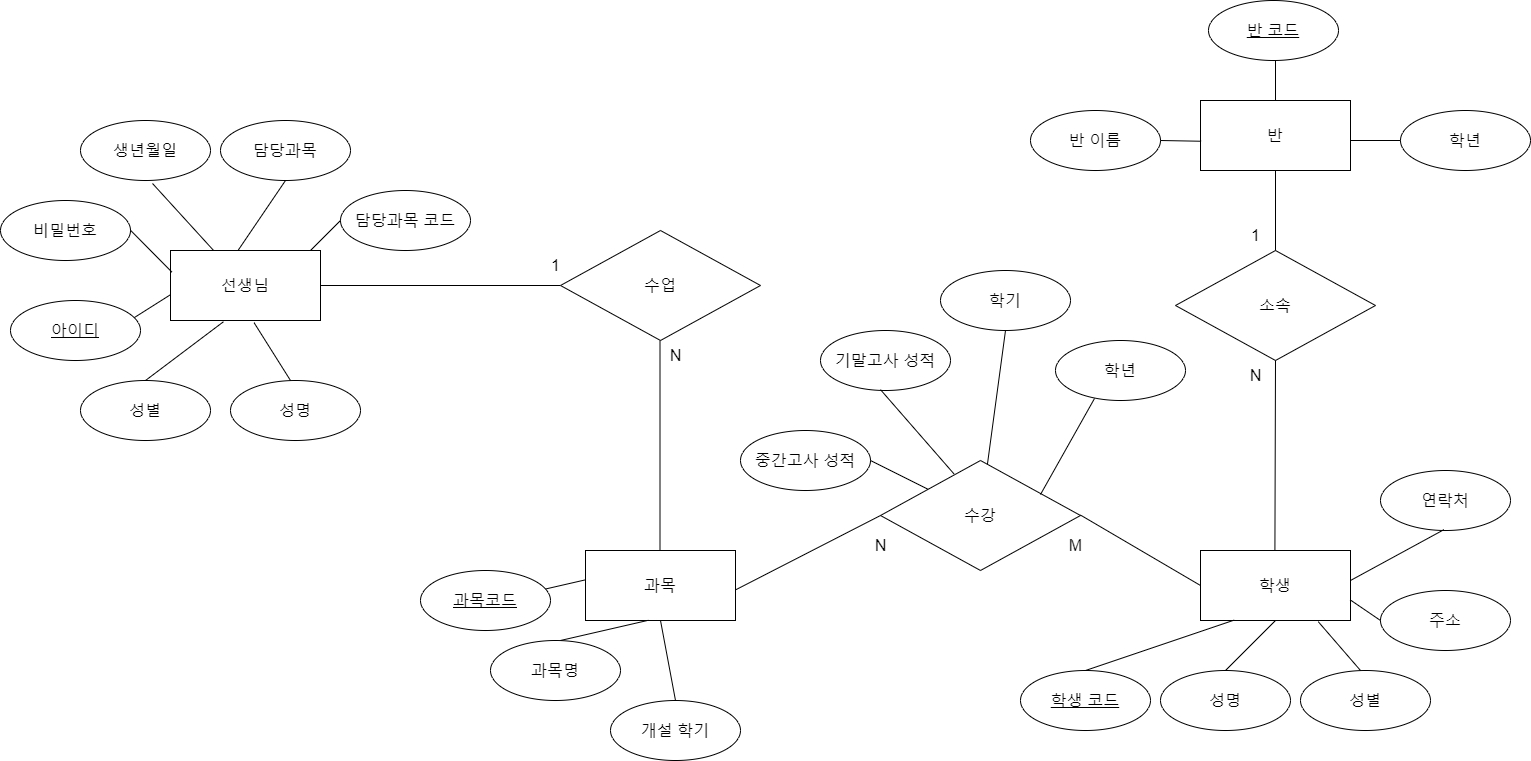
Earlier version of the draw.io export Document/ER Diagram/ER Diagram.png (rlarkdals1202/Database-Term-Project). Source tidied: cells renumbered, new cells last; positions are measured from the earlier drawing's top-left corner, leaving out a move shared by most shapes. The source it was exported from:
```xml
<mxGraphModel>
  <root>
    <mxCell id="0" />
    <mxCell id="1" parent="0" />
    <mxCell id="2" value="&lt;font style=&quot;font-size: 16px;&quot;&gt;개설 학기&lt;/font&gt;" style="ellipse;whiteSpace=wrap;html=1;align=center;" parent="1" vertex="1">
      <mxGeometry x="610" y="700" width="130" height="60" as="geometry" />
    </mxCell>
    <mxCell id="3" value="&lt;font style=&quot;font-size: 16px;&quot;&gt;비밀번호&lt;/font&gt;" style="ellipse;whiteSpace=wrap;html=1;align=center;" parent="1" vertex="1">
      <mxGeometry y="200" width="130" height="60" as="geometry" />
    </mxCell>
    <mxCell id="4" value="&lt;font style=&quot;font-size: 16px;&quot;&gt;생년월일&lt;/font&gt;" style="ellipse;whiteSpace=wrap;html=1;align=center;" parent="1" vertex="1">
      <mxGeometry x="80" y="120" width="130" height="60" as="geometry" />
    </mxCell>
    <mxCell id="5" value="&lt;font style=&quot;font-size: 16px;&quot;&gt;과목명&lt;/font&gt;" style="ellipse;whiteSpace=wrap;html=1;align=center;" parent="1" vertex="1">
      <mxGeometry x="490" y="640" width="130" height="60" as="geometry" />
    </mxCell>
    <mxCell id="6" value="&lt;font style=&quot;font-size: 16px;&quot;&gt;성명&lt;/font&gt;" style="ellipse;whiteSpace=wrap;html=1;align=center;" parent="1" vertex="1">
      <mxGeometry x="230" y="380" width="130" height="60" as="geometry" />
    </mxCell>
    <mxCell id="7" value="&lt;font style=&quot;font-size: 16px;&quot;&gt;담당과목&lt;/font&gt;" style="ellipse;whiteSpace=wrap;html=1;align=center;" parent="1" vertex="1">
      <mxGeometry x="220" y="120" width="130" height="60" as="geometry" />
    </mxCell>
    <mxCell id="8" value="&lt;font style=&quot;font-size: 16px;&quot;&gt;성별&lt;/font&gt;" style="ellipse;whiteSpace=wrap;html=1;align=center;" parent="1" vertex="1">
      <mxGeometry x="80" y="380" width="130" height="60" as="geometry" />
    </mxCell>
    <mxCell id="9" value="&lt;font style=&quot;font-size: 16px;&quot;&gt;선생님&lt;/font&gt;" style="whiteSpace=wrap;html=1;align=center;" parent="1" vertex="1">
      <mxGeometry x="170" y="250" width="150" height="70" as="geometry" />
    </mxCell>
    <mxCell id="10" value="&lt;font style=&quot;font-size: 16px;&quot;&gt;학생&lt;/font&gt;" style="whiteSpace=wrap;html=1;align=center;" parent="1" vertex="1">
      <mxGeometry x="1200" y="550" width="150" height="70" as="geometry" />
    </mxCell>
    <mxCell id="11" value="&lt;font style=&quot;font-size: 16px;&quot;&gt;반&lt;/font&gt;" style="whiteSpace=wrap;html=1;align=center;" parent="1" vertex="1">
      <mxGeometry x="1200" y="100" width="150" height="70" as="geometry" />
    </mxCell>
    <mxCell id="12" value="&lt;font style=&quot;font-size: 16px;&quot;&gt;과목&lt;/font&gt;" style="whiteSpace=wrap;html=1;align=center;" parent="1" vertex="1">
      <mxGeometry x="585" y="550" width="150" height="70" as="geometry" />
    </mxCell>
    <mxCell id="13" value="&lt;font style=&quot;font-size: 16px;&quot;&gt;담당과목 코드&lt;/font&gt;" style="ellipse;whiteSpace=wrap;html=1;align=center;" parent="1" vertex="1">
      <mxGeometry x="340" y="190" width="130" height="60" as="geometry" />
    </mxCell>
    <mxCell id="14" style="endArrow=none;html=1;rounded=0;fontSize=16;entryX=0.5;entryY=1;entryDx=0;entryDy=0;" parent="1" edge="1" target="7">
      <mxGeometry relative="1" as="geometry">
        <mxPoint x="237.5" y="250" as="sourcePoint" />
      </mxGeometry>
    </mxCell>
    <mxCell id="15" style="endArrow=none;html=1;rounded=0;fontSize=16;entryX=0.554;entryY=1.05;entryDx=0;entryDy=0;entryPerimeter=0;" parent="1" edge="1" source="9" target="4">
      <mxGeometry relative="1" as="geometry" />
    </mxCell>
    <mxCell id="16" style="endArrow=none;html=1;rounded=0;fontSize=16;entryX=0.01;entryY=0.31;entryDx=0;entryDy=0;entryPerimeter=0;" parent="1" edge="1" target="9">
      <mxGeometry relative="1" as="geometry">
        <mxPoint x="130" y="229.8" as="sourcePoint" />
      </mxGeometry>
    </mxCell>
    <mxCell id="17" style="endArrow=none;html=1;rounded=0;fontSize=16;entryX=0.001;entryY=0.63;entryDx=0;entryDy=0;entryPerimeter=0;" parent="1" edge="1" target="9">
      <mxGeometry relative="1" as="geometry">
        <mxPoint x="130" y="319.5" as="sourcePoint" />
      </mxGeometry>
    </mxCell>
    <mxCell id="18" style="endArrow=none;html=1;rounded=0;fontSize=16;entryX=0.353;entryY=1.018;entryDx=0;entryDy=0;entryPerimeter=0;exitX=0.5;exitY=0;exitDx=0;exitDy=0;" parent="1" edge="1" source="8" target="9">
      <mxGeometry relative="1" as="geometry" />
    </mxCell>
    <mxCell id="19" style="endArrow=none;html=1;rounded=0;fontSize=16;entryX=0.557;entryY=1.031;entryDx=0;entryDy=0;entryPerimeter=0;exitX=0.5;exitY=0;exitDx=0;exitDy=0;" parent="1" edge="1" target="9">
      <mxGeometry relative="1" as="geometry">
        <mxPoint x="290" y="380" as="sourcePoint" />
      </mxGeometry>
    </mxCell>
    <mxCell id="20" style="endArrow=none;html=1;rounded=0;fontSize=16;entryX=0;entryY=0.5;entryDx=0;entryDy=0;" parent="1" edge="1" target="13">
      <mxGeometry relative="1" as="geometry">
        <mxPoint x="310" y="250" as="sourcePoint" />
      </mxGeometry>
    </mxCell>
    <mxCell id="21" style="endArrow=none;html=1;rounded=0;fontSize=16;exitX=1;exitY=0.5;exitDx=0;exitDy=0;" parent="1" edge="1" source="9">
      <mxGeometry relative="1" as="geometry">
        <mxPoint x="560" y="285" as="targetPoint" />
      </mxGeometry>
    </mxCell>
    <mxCell id="22" value="수업" style="shape=rhombus;perimeter=rhombusPerimeter;whiteSpace=wrap;html=1;align=center;fontSize=16;" parent="1" vertex="1">
      <mxGeometry x="560" y="230" width="200" height="110" as="geometry" />
    </mxCell>
    <mxCell id="23" value="수강" style="shape=rhombus;perimeter=rhombusPerimeter;whiteSpace=wrap;html=1;align=center;fontSize=16;" parent="1" vertex="1">
      <mxGeometry x="880" y="460" width="200" height="110" as="geometry" />
    </mxCell>
    <mxCell id="24" value="소속" style="shape=rhombus;perimeter=rhombusPerimeter;whiteSpace=wrap;html=1;align=center;fontSize=16;" parent="1" vertex="1">
      <mxGeometry x="1175" y="250" width="200" height="110" as="geometry" />
    </mxCell>
    <mxCell id="25" style="endArrow=none;html=1;rounded=0;fontSize=16;exitX=1;exitY=0.5;exitDx=0;exitDy=0;entryX=0;entryY=0.5;entryDx=0;entryDy=0;" parent="1" edge="1" target="10">
      <mxGeometry relative="1" as="geometry">
        <mxPoint x="1080" y="514.6" as="sourcePoint" />
      </mxGeometry>
    </mxCell>
    <mxCell id="26" style="endArrow=none;html=1;rounded=0;fontSize=16;exitX=1;exitY=0.5;exitDx=0;exitDy=0;" parent="1" edge="1">
      <mxGeometry relative="1" as="geometry">
        <mxPoint x="659.5" y="340" as="sourcePoint" />
        <mxPoint x="659.5" y="550" as="targetPoint" />
      </mxGeometry>
    </mxCell>
    <mxCell id="27" value="아이디" style="ellipse;whiteSpace=wrap;html=1;align=center;fontStyle=4;fontSize=16;" parent="1" vertex="1">
      <mxGeometry x="10" y="300" width="130" height="60" as="geometry" />
    </mxCell>
    <mxCell id="28" style="endArrow=none;html=1;rounded=0;fontSize=16;entryX=-0.004;entryY=0.421;entryDx=0;entryDy=0;entryPerimeter=0;" parent="1" edge="1" target="12">
      <mxGeometry relative="1" as="geometry">
        <mxPoint x="540" y="589.7" as="sourcePoint" />
      </mxGeometry>
    </mxCell>
    <mxCell id="29" style="endArrow=none;html=1;rounded=0;fontSize=16;exitX=0.538;exitY=0;exitDx=0;exitDy=0;exitPerimeter=0;entryX=0.419;entryY=0.997;entryDx=0;entryDy=0;entryPerimeter=0;" parent="1" edge="1" source="5" target="12">
      <mxGeometry relative="1" as="geometry" />
    </mxCell>
    <mxCell id="30" style="endArrow=none;html=1;rounded=0;fontSize=16;entryX=0.5;entryY=0;entryDx=0;entryDy=0;" parent="1" edge="1" target="2">
      <mxGeometry relative="1" as="geometry">
        <mxPoint x="660" y="620" as="sourcePoint" />
      </mxGeometry>
    </mxCell>
    <mxCell id="31" style="endArrow=none;html=1;rounded=0;fontSize=16;entryX=0;entryY=0.5;entryDx=0;entryDy=0;" parent="1" edge="1" target="23">
      <mxGeometry relative="1" as="geometry">
        <mxPoint x="735" y="589.4" as="sourcePoint" />
      </mxGeometry>
    </mxCell>
    <mxCell id="32" value="&lt;font style=&quot;font-size: 16px;&quot;&gt;학년&lt;/font&gt;" style="ellipse;whiteSpace=wrap;html=1;align=center;" parent="1" vertex="1">
      <mxGeometry x="1055" y="340" width="130" height="60" as="geometry" />
    </mxCell>
    <mxCell id="33" value="&lt;font style=&quot;font-size: 16px;&quot;&gt;학기&lt;/font&gt;" style="ellipse;whiteSpace=wrap;html=1;align=center;" parent="1" vertex="1">
      <mxGeometry x="940" y="270" width="130" height="60" as="geometry" />
    </mxCell>
    <mxCell id="34" value="&lt;font style=&quot;font-size: 16px;&quot;&gt;기말고사 성적&lt;/font&gt;" style="ellipse;whiteSpace=wrap;html=1;align=center;" parent="1" vertex="1">
      <mxGeometry x="820" y="330" width="130" height="60" as="geometry" />
    </mxCell>
    <mxCell id="35" value="&lt;font style=&quot;font-size: 16px;&quot;&gt;중간고사 성적&lt;/font&gt;" style="ellipse;whiteSpace=wrap;html=1;align=center;" parent="1" vertex="1">
      <mxGeometry x="740" y="430" width="130" height="60" as="geometry" />
    </mxCell>
    <mxCell id="36" style="endArrow=none;html=1;rounded=0;fontSize=16;" parent="1" edge="1" target="23">
      <mxGeometry relative="1" as="geometry">
        <mxPoint x="870" y="460" as="sourcePoint" />
      </mxGeometry>
    </mxCell>
    <mxCell id="37" style="endArrow=none;html=1;rounded=0;fontSize=16;entryX=0.367;entryY=0.121;entryDx=0;entryDy=0;entryPerimeter=0;" parent="1" edge="1" target="23">
      <mxGeometry relative="1" as="geometry">
        <mxPoint x="880" y="389.2" as="sourcePoint" />
      </mxGeometry>
    </mxCell>
    <mxCell id="38" style="endArrow=none;html=1;rounded=0;fontSize=16;exitX=0.5;exitY=1;exitDx=0;exitDy=0;" parent="1" edge="1" source="33" target="23">
      <mxGeometry relative="1" as="geometry" />
    </mxCell>
    <mxCell id="39" style="endArrow=none;html=1;rounded=0;fontSize=16;entryX=0.3;entryY=0.967;entryDx=0;entryDy=0;entryPerimeter=0;" parent="1" edge="1" target="32">
      <mxGeometry relative="1" as="geometry">
        <mxPoint x="1040" y="494" as="sourcePoint" />
      </mxGeometry>
    </mxCell>
    <mxCell id="40" value="과목코드" style="ellipse;whiteSpace=wrap;html=1;align=center;fontStyle=4;fontSize=16;" parent="1" vertex="1">
      <mxGeometry x="420" y="570" width="130" height="60" as="geometry" />
    </mxCell>
    <mxCell id="41" value="1" style="text;html=1;align=center;verticalAlign=middle;strokeColor=none;fillColor=none;fontSize=16;" parent="1" vertex="1">
      <mxGeometry x="540" y="250" width="30" height="30" as="geometry" />
    </mxCell>
    <mxCell id="42" value="N" style="text;html=1;align=center;verticalAlign=middle;strokeColor=none;fillColor=none;fontSize=16;" parent="1" vertex="1">
      <mxGeometry x="655" y="340" width="40" height="30" as="geometry" />
    </mxCell>
    <mxCell id="43" value="N" style="text;html=1;align=center;verticalAlign=middle;strokeColor=none;fillColor=none;fontSize=16;" parent="1" vertex="1">
      <mxGeometry x="860" y="530" width="40" height="30" as="geometry" />
    </mxCell>
    <mxCell id="44" value="M" style="text;html=1;align=center;verticalAlign=middle;strokeColor=none;fillColor=none;fontSize=16;" parent="1" vertex="1">
      <mxGeometry x="1055" y="530" width="40" height="30" as="geometry" />
    </mxCell>
    <mxCell id="45" value="&lt;font style=&quot;font-size: 16px;&quot;&gt;주소&lt;/font&gt;" style="ellipse;whiteSpace=wrap;html=1;align=center;" parent="1" vertex="1">
      <mxGeometry x="1380" y="590" width="130" height="60" as="geometry" />
    </mxCell>
    <mxCell id="46" value="&lt;font style=&quot;font-size: 16px;&quot;&gt;연락처&lt;/font&gt;" style="ellipse;whiteSpace=wrap;html=1;align=center;" parent="1" vertex="1">
      <mxGeometry x="1380" y="470" width="130" height="60" as="geometry" />
    </mxCell>
    <mxCell id="47" value="&lt;font style=&quot;font-size: 16px;&quot;&gt;성명&lt;/font&gt;" style="ellipse;whiteSpace=wrap;html=1;align=center;" parent="1" vertex="1">
      <mxGeometry x="1160" y="670" width="130" height="60" as="geometry" />
    </mxCell>
    <mxCell id="48" value="학생 코드" style="ellipse;whiteSpace=wrap;html=1;align=center;fontStyle=4;fontSize=16;" parent="1" vertex="1">
      <mxGeometry x="1020" y="670" width="130" height="60" as="geometry" />
    </mxCell>
    <mxCell id="49" style="endArrow=none;html=1;rounded=0;fontSize=16;exitX=0.5;exitY=1;exitDx=0;exitDy=0;" parent="1" edge="1" source="24">
      <mxGeometry relative="1" as="geometry">
        <mxPoint x="1274.4" y="550" as="targetPoint" />
      </mxGeometry>
    </mxCell>
    <mxCell id="50" style="endArrow=none;html=1;rounded=0;fontSize=16;entryX=0.225;entryY=0.994;entryDx=0;entryDy=0;entryPerimeter=0;exitX=0.5;exitY=0;exitDx=0;exitDy=0;" parent="1" edge="1" source="48" target="10">
      <mxGeometry relative="1" as="geometry" />
    </mxCell>
    <mxCell id="51" style="endArrow=none;html=1;rounded=0;fontSize=16;entryX=0.5;entryY=1;entryDx=0;entryDy=0;exitX=0.5;exitY=0;exitDx=0;exitDy=0;" parent="1" edge="1" source="47" target="10">
      <mxGeometry relative="1" as="geometry" />
    </mxCell>
    <mxCell id="52" style="endArrow=none;html=1;rounded=0;fontSize=16;entryX=0.998;entryY=0.705;entryDx=0;entryDy=0;entryPerimeter=0;exitX=0;exitY=0.5;exitDx=0;exitDy=0;" parent="1" edge="1" source="45" target="10">
      <mxGeometry relative="1" as="geometry" />
    </mxCell>
    <mxCell id="53" style="endArrow=none;html=1;rounded=0;fontSize=16;entryX=0.487;entryY=0.987;entryDx=0;entryDy=0;entryPerimeter=0;" parent="1" edge="1" target="46">
      <mxGeometry relative="1" as="geometry">
        <mxPoint x="1350" y="580" as="sourcePoint" />
      </mxGeometry>
    </mxCell>
    <mxCell id="54" style="endArrow=none;html=1;rounded=0;fontSize=16;exitX=0.5;exitY=0;exitDx=0;exitDy=0;" parent="1" edge="1" source="24">
      <mxGeometry relative="1" as="geometry">
        <mxPoint x="1275" y="170" as="targetPoint" />
      </mxGeometry>
    </mxCell>
    <mxCell id="55" value="&lt;font style=&quot;font-size: 16px;&quot;&gt;반 이름&lt;/font&gt;" style="ellipse;whiteSpace=wrap;html=1;align=center;" parent="1" vertex="1">
      <mxGeometry x="1030" y="110" width="130" height="60" as="geometry" />
    </mxCell>
    <mxCell id="56" value="&lt;font style=&quot;font-size: 16px;&quot;&gt;학년&lt;/font&gt;" style="ellipse;whiteSpace=wrap;html=1;align=center;" parent="1" vertex="1">
      <mxGeometry x="1400" y="110" width="130" height="60" as="geometry" />
    </mxCell>
    <mxCell id="57" value="반 코드" style="ellipse;whiteSpace=wrap;html=1;align=center;fontStyle=4;fontSize=16;" parent="1" vertex="1">
      <mxGeometry x="1208" width="130" height="60" as="geometry" />
    </mxCell>
    <mxCell id="58" style="endArrow=none;html=1;rounded=0;fontSize=16;exitX=0.5;exitY=0;exitDx=0;exitDy=0;entryX=0.5;entryY=1;entryDx=0;entryDy=0;" parent="1" edge="1" source="11">
      <mxGeometry relative="1" as="geometry">
        <mxPoint x="1275" y="60" as="targetPoint" />
      </mxGeometry>
    </mxCell>
    <mxCell id="59" style="endArrow=none;html=1;rounded=0;fontSize=16;exitX=1;exitY=0.5;exitDx=0;exitDy=0;entryX=0.004;entryY=0.582;entryDx=0;entryDy=0;entryPerimeter=0;" parent="1" edge="1" source="55" target="11">
      <mxGeometry relative="1" as="geometry" />
    </mxCell>
    <mxCell id="60" style="endArrow=none;html=1;rounded=0;fontSize=16;entryX=0;entryY=0.5;entryDx=0;entryDy=0;" parent="1" edge="1" target="56">
      <mxGeometry relative="1" as="geometry">
        <mxPoint x="1350" y="140" as="sourcePoint" />
      </mxGeometry>
    </mxCell>
    <mxCell id="61" value="1" style="text;html=1;align=center;verticalAlign=middle;strokeColor=none;fillColor=none;fontSize=16;" parent="1" vertex="1">
      <mxGeometry x="1240" y="220" width="30" height="30" as="geometry" />
    </mxCell>
    <mxCell id="62" value="N" style="text;html=1;align=center;verticalAlign=middle;strokeColor=none;fillColor=none;fontSize=16;" parent="1" vertex="1">
      <mxGeometry x="1235" y="360" width="40" height="30" as="geometry" />
    </mxCell>
    <mxCell id="63" value="&lt;span style=&quot;font-size: 16px;&quot;&gt;성별&lt;/span&gt;" style="ellipse;whiteSpace=wrap;html=1;align=center;" parent="1" vertex="1">
      <mxGeometry x="1300" y="670" width="130" height="60" as="geometry" />
    </mxCell>
    <mxCell id="64" style="endArrow=none;html=1;rounded=0;entryX=0.785;entryY=1.017;entryDx=0;entryDy=0;entryPerimeter=0;" parent="1" edge="1" target="10">
      <mxGeometry relative="1" as="geometry">
        <mxPoint x="1360" y="670" as="sourcePoint" />
      </mxGeometry>
    </mxCell>
  </root>
</mxGraphModel>
```
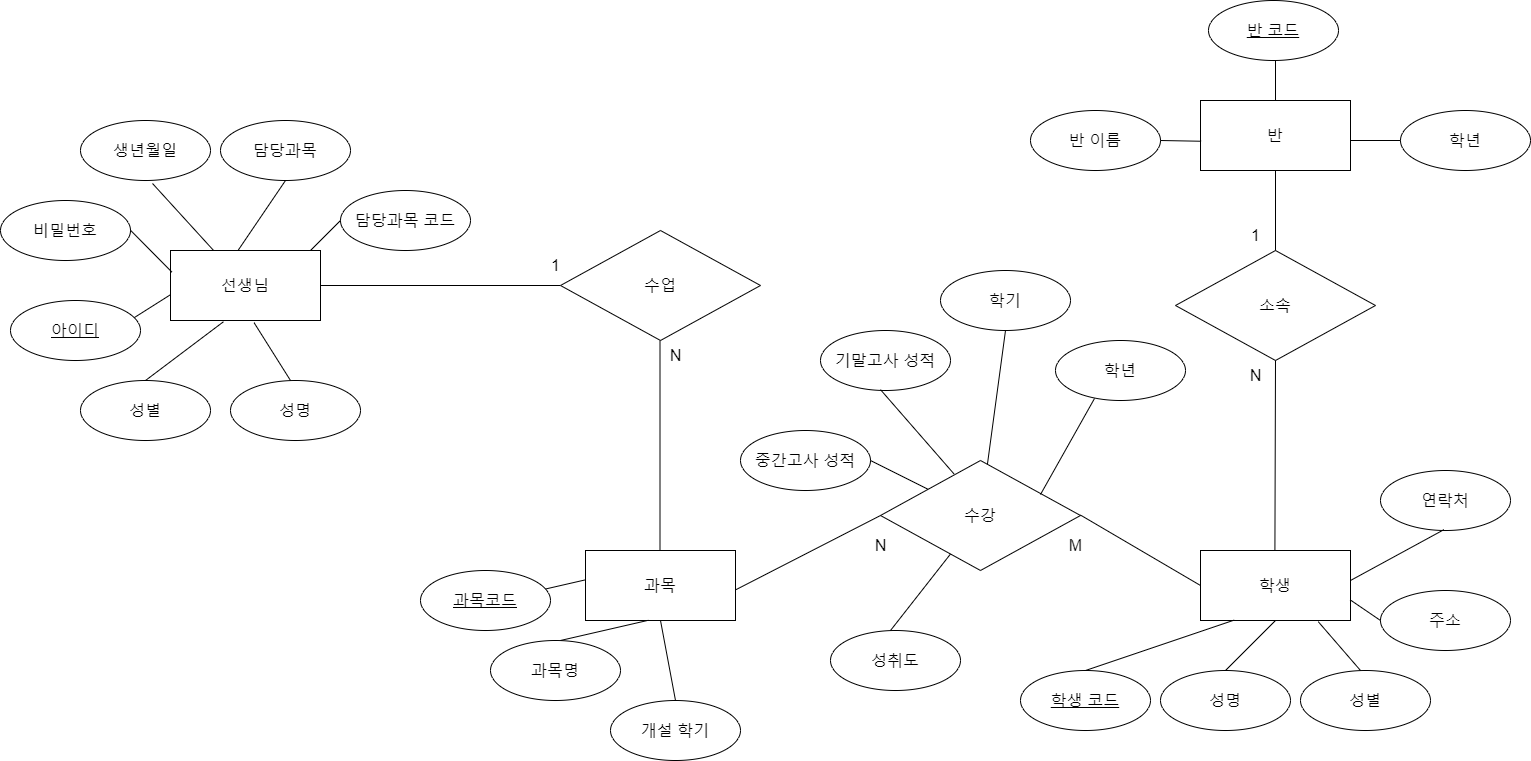
Above is the later version.

Commit message:
Database Systems Term Project 주제에 대한 ER Diagram (2차 개정)

Change to the diagram source:
```diff
@@ -232,5 +232,13 @@
         <mxPoint x="1360" y="670" as="sourcePoint" />
       </mxGeometry>
     </mxCell>
+    <mxCell id="65" value="&lt;span style=&quot;font-size: 16px;&quot;&gt;성취도&lt;/span&gt;" style="ellipse;whiteSpace=wrap;html=1;align=center;" parent="1" vertex="1">
+      <mxGeometry x="830" y="630" width="130" height="60" as="geometry" />
+    </mxCell>
+    <mxCell id="66" style="endArrow=none;html=1;rounded=0;entryX=0.35;entryY=0.85;entryDx=0;entryDy=0;entryPerimeter=0;" parent="1" edge="1" target="23">
+      <mxGeometry relative="1" as="geometry">
+        <mxPoint x="890" y="630" as="sourcePoint" />
+      </mxGeometry>
+    </mxCell>
   </root>
 </mxGraphModel>
```
